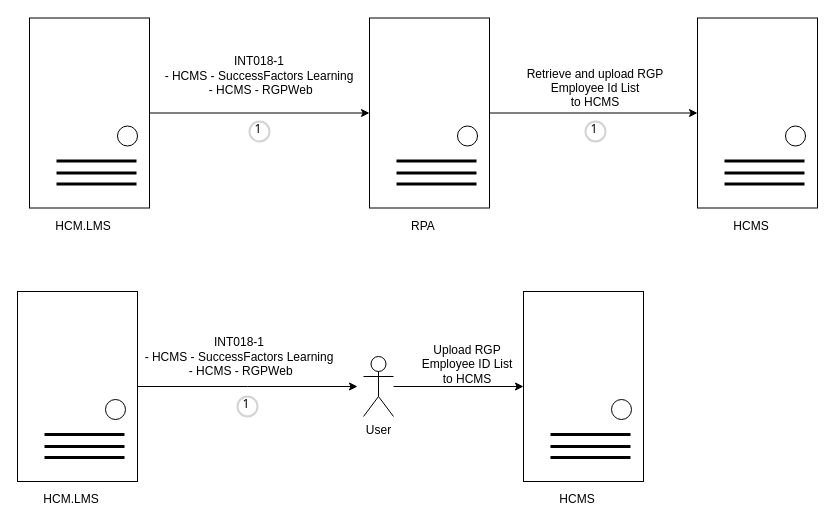
Earlier version of the draw.io diagram page "HCMS" (3 of 10) of Untitled Diagram.drawio (wsxad234/flowchart). Source tidied: cells renumbered, new cells numbered last; positions are measured from the earlier drawing's top-left corner, leaving out a move shared by most shapes. Both pictures are drawn from the tidied source at 100%, with x=0, y=0 at pixel (17, 17).
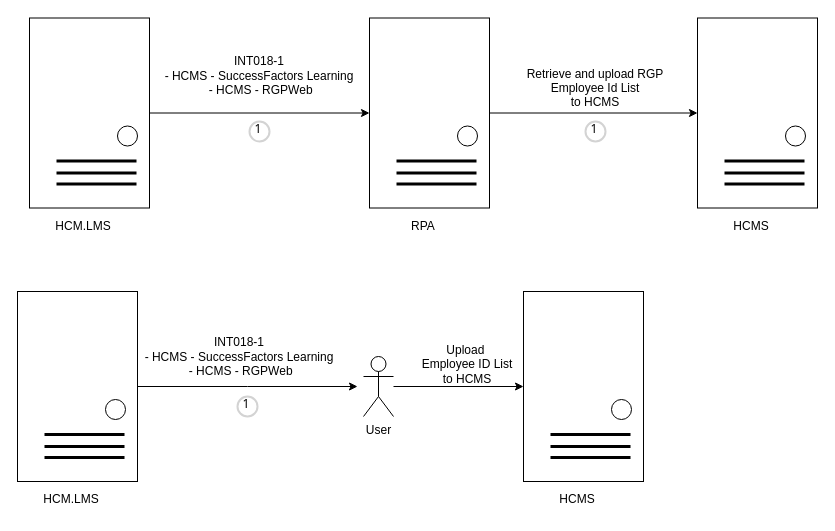
The same diagram, later.

What changed in the source:
```diff
@@
-    <mxCell id="42" value="Upload RGP Employee ID List&lt;br&gt;to HCMS" style="text;html=1;strokeColor=none;fillColor=none;align=center;verticalAlign=middle;whiteSpace=wrap;rounded=0;" parent="1" vertex="1">
+    <mxCell id="42" value="Upload&amp;nbsp; Employee ID List&lt;br&gt;to HCMS" style="text;html=1;strokeColor=none;fillColor=none;align=center;verticalAlign=middle;whiteSpace=wrap;rounded=0;" parent="1" vertex="1">
       <mxGeometry x="400" y="332" width="100" height="30" as="geometry" />
     </mxCell>
```
